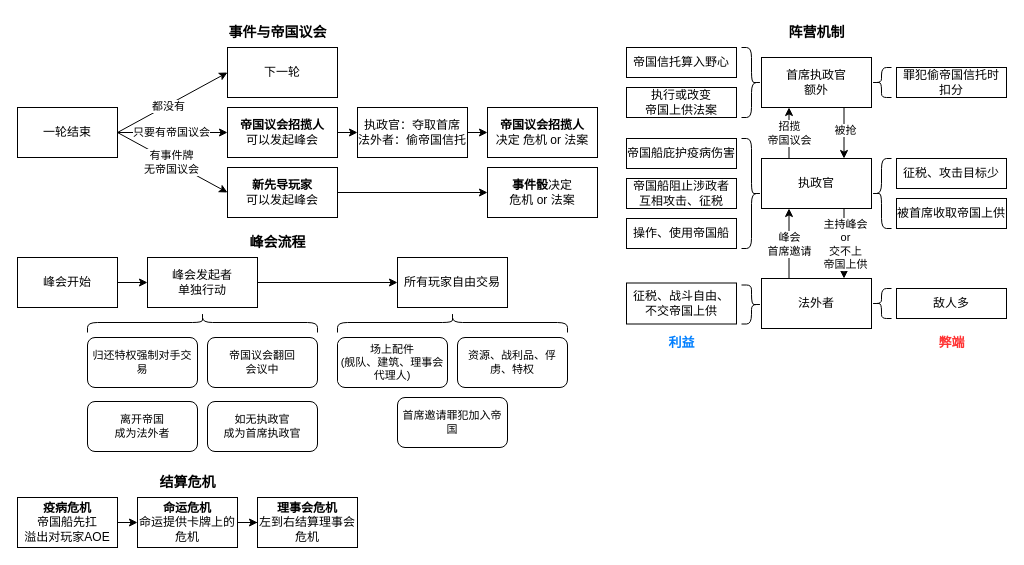
This is Arcs_CC.drawio from Ubinya/project_ax, a draw.io file, before an edit. Source tidied: cells renumbered, new cells numbered last; positions are measured from the earlier drawing's top-left corner, leaving out a move shared by most shapes. Both pictures are drawn from the tidied source at 100%, with x=0, y=0 at pixel (17, 17).
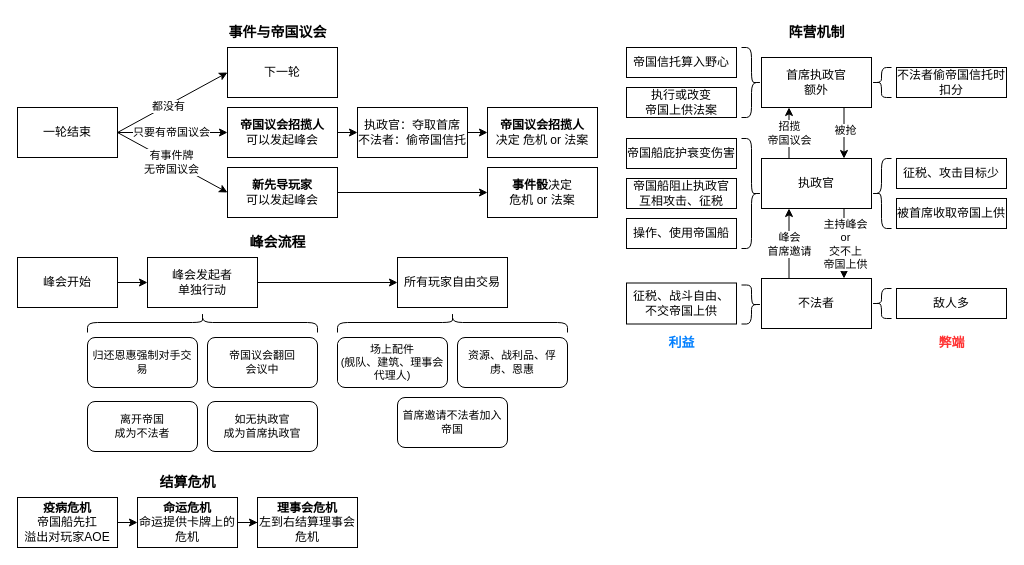
The same diagram, later.

Change to the diagram source:
```diff
@@
-    <mxCell id="17" value="执政官：夺取首席&lt;div&gt;法外者：偷帝国信托&lt;/div&gt;" style="whiteSpace=wrap;html=1;" parent="1" vertex="1">
+    <mxCell id="17" value="执政官：夺取首席&lt;div&gt;不法者：偷帝国信托&lt;/div&gt;" style="whiteSpace=wrap;html=1;" parent="1" vertex="1">
       <mxGeometry x="340" y="90" width="110" height="50" as="geometry" />
     </mxCell>
@@
-    <mxCell id="22" value="归还特权强制对手交易" style="rounded=1;whiteSpace=wrap;html=1;fontFamily=Helvetica;fontSize=11;fontColor=default;labelBackgroundColor=default;" parent="1" vertex="1">
+    <mxCell id="22" value="归还恩惠强制对手交易" style="rounded=1;whiteSpace=wrap;html=1;fontFamily=Helvetica;fontSize=11;fontColor=default;labelBackgroundColor=default;" parent="1" vertex="1">
       <mxGeometry x="70" y="320" width="110" height="50" as="geometry" />
     </mxCell>
@@
-    <mxCell id="24" value="离开帝国&lt;div&gt;成为法外者&lt;/div&gt;" style="rounded=1;whiteSpace=wrap;html=1;fontFamily=Helvetica;fontSize=11;fontColor=default;labelBackgroundColor=default;" parent="1" vertex="1">
+    <mxCell id="24" value="离开帝国&lt;div&gt;成为不法者&lt;/div&gt;" style="rounded=1;whiteSpace=wrap;html=1;fontFamily=Helvetica;fontSize=11;fontColor=default;labelBackgroundColor=default;" parent="1" vertex="1">
       <mxGeometry x="70" y="384" width="110" height="50" as="geometry" />
     </mxCell>
@@
-    <mxCell id="29" value="资源、战利品、俘虏、特权" style="rounded=1;whiteSpace=wrap;html=1;fontFamily=Helvetica;fontSize=11;fontColor=default;labelBackgroundColor=default;" parent="1" vertex="1">
+    <mxCell id="29" value="资源、战利品、俘虏、恩惠" style="rounded=1;whiteSpace=wrap;html=1;fontFamily=Helvetica;fontSize=11;fontColor=default;labelBackgroundColor=default;" parent="1" vertex="1">
       <mxGeometry x="440" y="320" width="110" height="50" as="geometry" />
     </mxCell>
-    <mxCell id="30" value="首席邀请罪犯加入帝国" style="rounded=1;whiteSpace=wrap;html=1;fontFamily=Helvetica;fontSize=11;fontColor=default;labelBackgroundColor=default;" parent="1" vertex="1">
+    <mxCell id="30" value="首席邀请不法者加入帝国" style="rounded=1;whiteSpace=wrap;html=1;fontFamily=Helvetica;fontSize=11;fontColor=default;labelBackgroundColor=default;" parent="1" vertex="1">
       <mxGeometry x="380" y="380" width="110" height="50" as="geometry" />
     </mxCell>
@@
-    <mxCell id="42" value="帝国船庇护疫病伤害" style="whiteSpace=wrap;html=1;" parent="1" vertex="1">
+    <mxCell id="42" value="帝国船庇护衰变伤害" style="whiteSpace=wrap;html=1;" parent="1" vertex="1">
       <mxGeometry x="609" y="121" width="110" height="30" as="geometry" />
     </mxCell>
-    <mxCell id="43" value="帝国船阻止涉政者&lt;div&gt;互相攻击、征税&lt;/div&gt;" style="whiteSpace=wrap;html=1;" parent="1" vertex="1">
+    <mxCell id="43" value="帝国船阻止执政官&lt;div&gt;互相攻击、征税&lt;/div&gt;" style="whiteSpace=wrap;html=1;" parent="1" vertex="1">
       <mxGeometry x="609" y="161" width="110" height="30" as="geometry" />
     </mxCell>
@@
-    <mxCell id="50" value="法外者" style="whiteSpace=wrap;html=1;" parent="1" vertex="1">
+    <mxCell id="50" value="不法者" style="whiteSpace=wrap;html=1;" parent="1" vertex="1">
       <mxGeometry x="744" y="261" width="110" height="50" as="geometry" />
     </mxCell>
@@
-    <mxCell id="63" value="罪犯偷帝国信托时&lt;div&gt;扣分&lt;/div&gt;" style="whiteSpace=wrap;html=1;" parent="1" vertex="1">
+    <mxCell id="63" value="不法者偷帝国信托时&lt;div&gt;扣分&lt;/div&gt;" style="whiteSpace=wrap;html=1;" parent="1" vertex="1">
       <mxGeometry x="879" y="50" width="110" height="30" as="geometry" />
     </mxCell>
```
